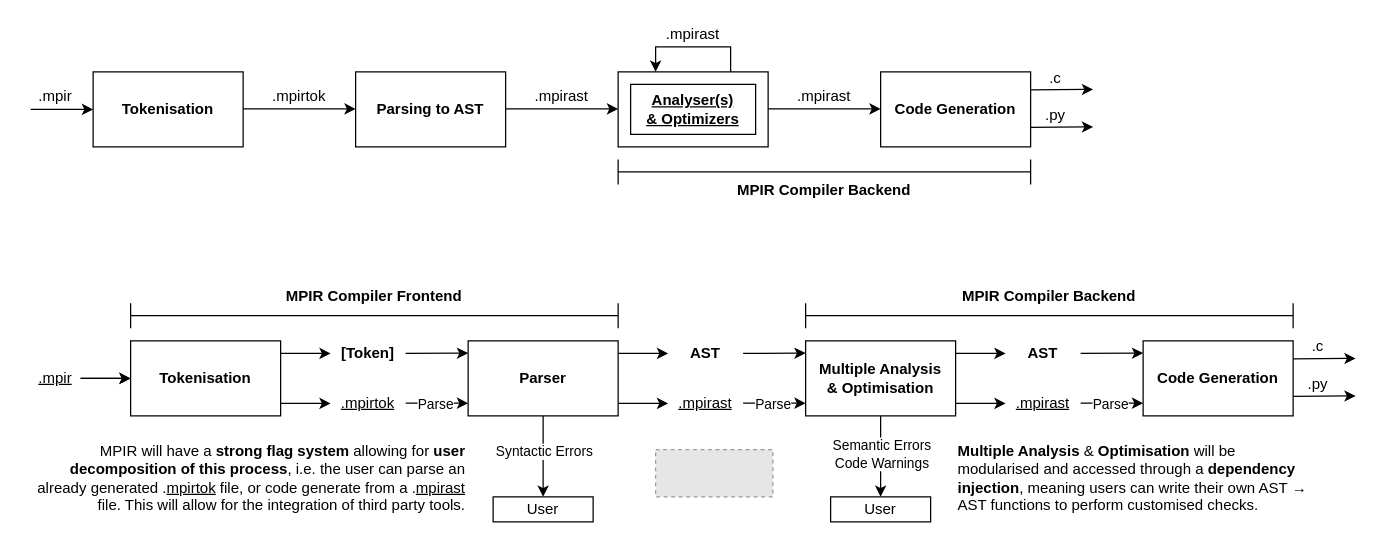
Before: diagrambank/Compiler Sequencing.drawio in tobybenjaminclark/mpir, a draw.io diagram. Source tidied: cells renumbered, new cells numbered last; positions are measured from the earlier drawing's top-left corner, leaving out a move shared by most shapes. Both pictures are drawn from the tidied source at 125%, with x=0, y=0 at pixel (30, 21). Pictures stored in the file or linked from it are replaced by grey dashed boxes.
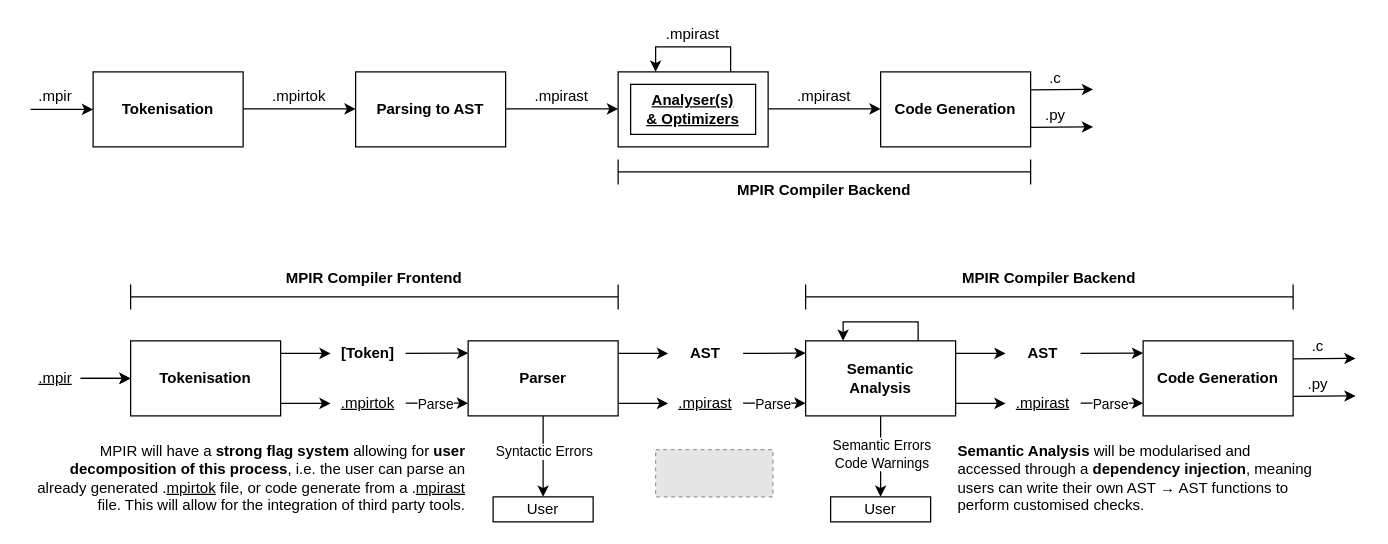
After the change.

Diff of the diagram source:
```diff
@@
     <mxCell id="19" style="shape=crossbar;whiteSpace=wrap;html=1;rounded=1;fontFamily=CMU Serif;" parent="1" vertex="1">
-      <mxGeometry x="80" y="225" width="390" height="20" as="geometry" />
+      <mxGeometry x="80" y="210" width="390" height="20" as="geometry" />
     </mxCell>
@@
     <mxCell id="21" value="MPIR Compiler Frontend" style="text;html=1;strokeColor=none;fillColor=none;align=center;verticalAlign=middle;whiteSpace=wrap;rounded=0;fontFamily=CMU Serif;fontStyle=1;" parent="1" vertex="1">
-      <mxGeometry x="80" y="205" width="390" height="30" as="geometry" />
+      <mxGeometry x="80" y="190" width="390" height="30" as="geometry" />
     </mxCell>
@@
-    <mxCell id="48" value="Multiple Analysis&lt;br&gt;&amp;amp; Optimisation" style="rounded=0;whiteSpace=wrap;html=1;fontFamily=CMU Serif;fontStyle=1;" parent="1" vertex="1">
+    <mxCell id="48" value="Semantic&lt;br&gt;Analysis" style="rounded=0;whiteSpace=wrap;html=1;fontFamily=CMU Serif;fontStyle=1;" parent="1" vertex="1">
       <mxGeometry x="620" y="255.2" width="120" height="60" as="geometry" />
     </mxCell>
@@
     <mxCell id="61" style="shape=crossbar;whiteSpace=wrap;html=1;rounded=1;fontFamily=CMU Serif;" parent="1" vertex="1">
-      <mxGeometry x="620" y="225" width="390" height="20" as="geometry" />
+      <mxGeometry x="620" y="210" width="390" height="20" as="geometry" />
     </mxCell>
     <mxCell id="62" value="MPIR Compiler Backend" style="text;html=1;strokeColor=none;fillColor=none;align=center;verticalAlign=middle;whiteSpace=wrap;rounded=0;fontFamily=CMU Serif;fontStyle=1;" parent="1" vertex="1">
-      <mxGeometry x="620" y="205" width="390" height="30" as="geometry" />
+      <mxGeometry x="620" y="190" width="390" height="30" as="geometry" />
     </mxCell>
@@
-    <mxCell id="65" value="&lt;b&gt;Multiple Analysis&lt;/b&gt; &amp;amp; &lt;b&gt;Optimisation&lt;/b&gt; will be modularised and accessed through a &lt;b&gt;dependency injection&lt;/b&gt;, meaning users can write their own AST&amp;nbsp;→ AST functions to perform customised checks." style="text;html=1;strokeColor=none;fillColor=none;align=left;verticalAlign=top;whiteSpace=wrap;rounded=0;fontFamily=CMU Serif;fontSize=12;fontStyle=0;" parent="1" vertex="1">
+    <mxCell id="65" value="&lt;b&gt;Semantic Analysis&lt;/b&gt; will be modularised and accessed through a &lt;b&gt;dependency injection&lt;/b&gt;, meaning users can write their own AST&amp;nbsp;→ AST functions to perform customised checks." style="text;html=1;strokeColor=none;fillColor=none;align=left;verticalAlign=top;whiteSpace=wrap;rounded=0;fontFamily=CMU Serif;fontSize=12;fontStyle=0;" parent="1" vertex="1">
       <mxGeometry x="740" y="330" width="290" height="70" as="geometry" />
     </mxCell>
@@
+    <mxCell id="68" style="edgeStyle=orthogonalEdgeStyle;orthogonalLoop=1;jettySize=auto;html=1;entryX=0.25;entryY=0;entryDx=0;entryDy=0;fontFamily=CMU Serif;fontSize=12;exitX=0.75;exitY=0;exitDx=0;exitDy=0;rounded=0;" parent="1" edge="1" source="48" target="48">
+      <mxGeometry relative="1" as="geometry">
+        <Array as="points">
+          <mxPoint x="710" y="240" />
+          <mxPoint x="650" y="240" />
+        </Array>
+      </mxGeometry>
+    </mxCell>
```
